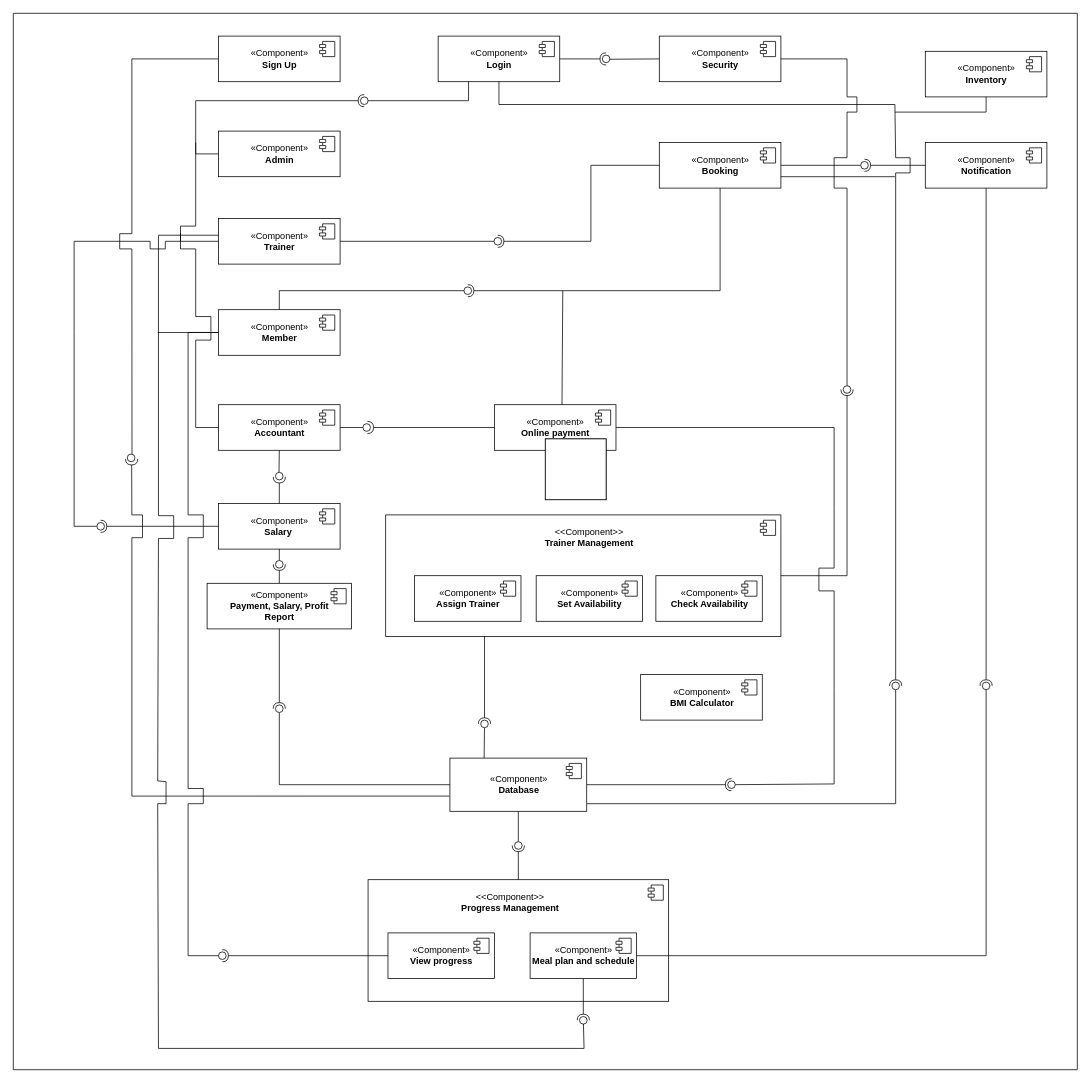
Earlier version of the draw.io diagram page "Page-5" (1 of 3) of Diagram/component ffff(1).drawio (AmilaDissanayake/Group_CS21). Source tidied: cells renumbered, new cells numbered last; positions are measured from the earlier drawing's top-left corner, leaving out a move shared by most shapes. Both pictures are drawn from the tidied source at 76%, with x=0, y=0 at pixel (13, 13).
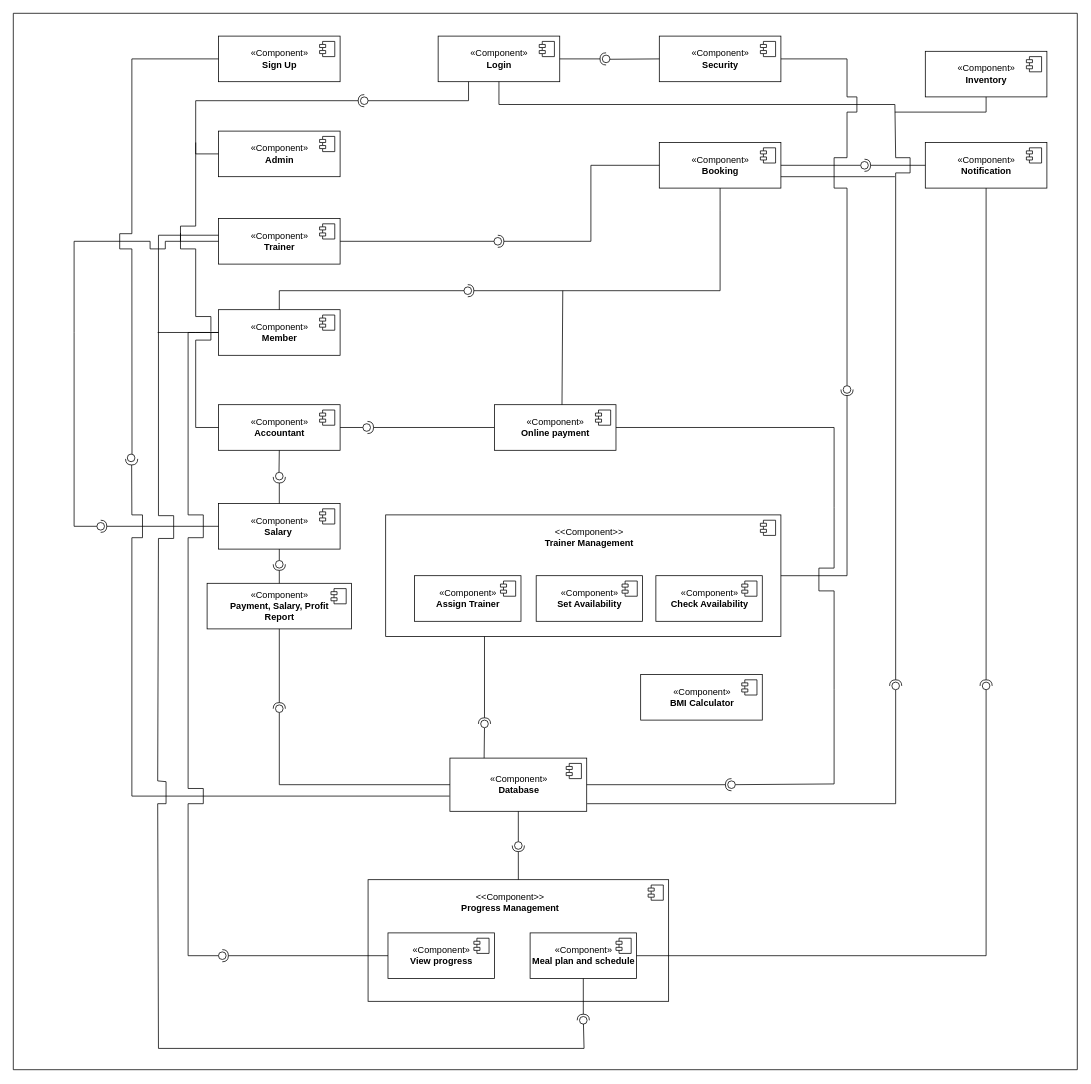
The same diagram, later.

What changed in the source:
```diff
@@
-    <mxCell id="112" style="whiteSpace=wrap;html=1;" parent="1" vertex="1">
-      <mxGeometry x="700" y="560" width="80" height="80" as="geometry" />
-    </mxCell>
-    <mxCell id="113" style="whiteSpace=wrap;html=1;" parent="1" vertex="1">
-      <mxGeometry x="700" y="560" width="80" height="80" as="geometry" />
-    </mxCell>
```
